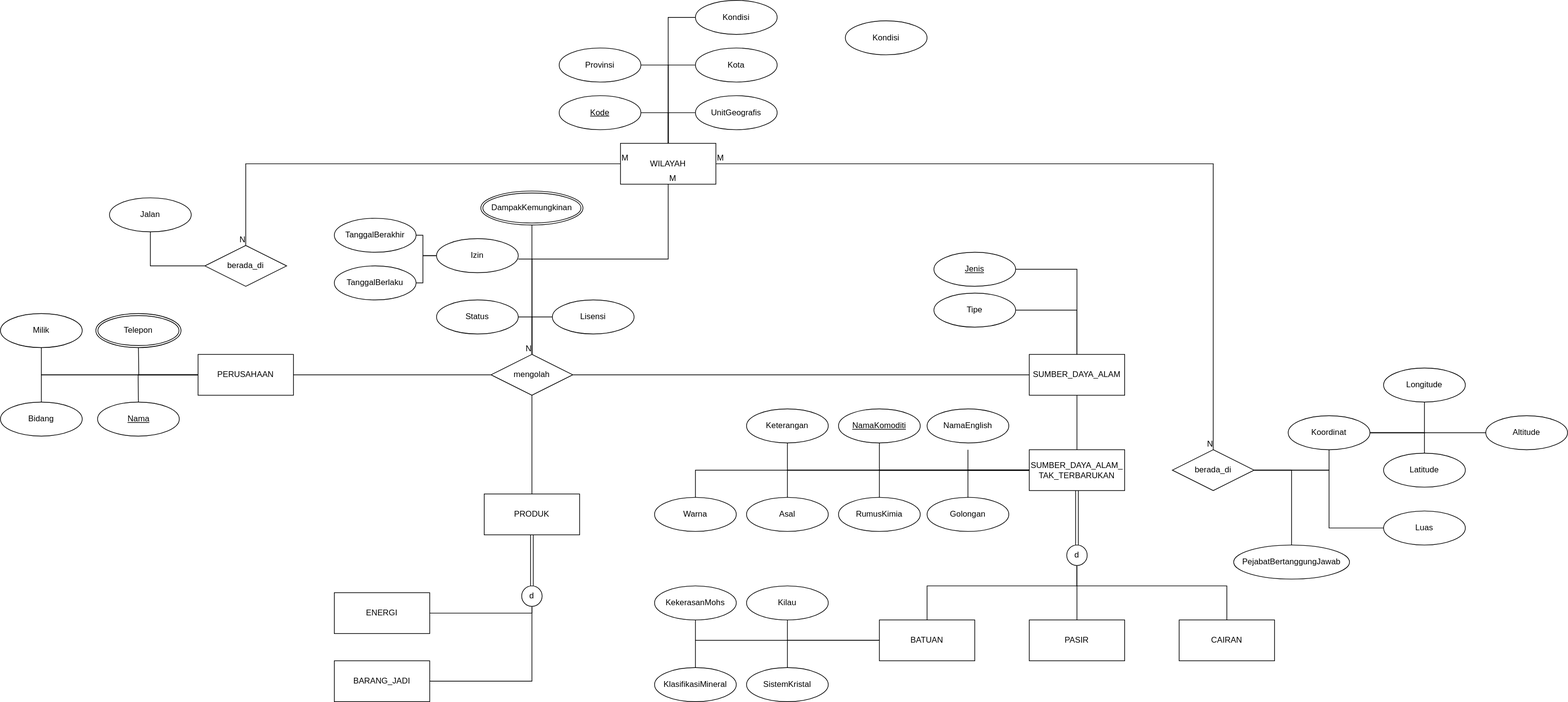
Drithh/ER-Diagram keeps this draw.io diagram as Project.svg. Above is the earlier version. Source tidied: cells renumbered, new cells last; positions are measured from the earlier drawing's top-left corner, leaving out a move shared by most shapes.
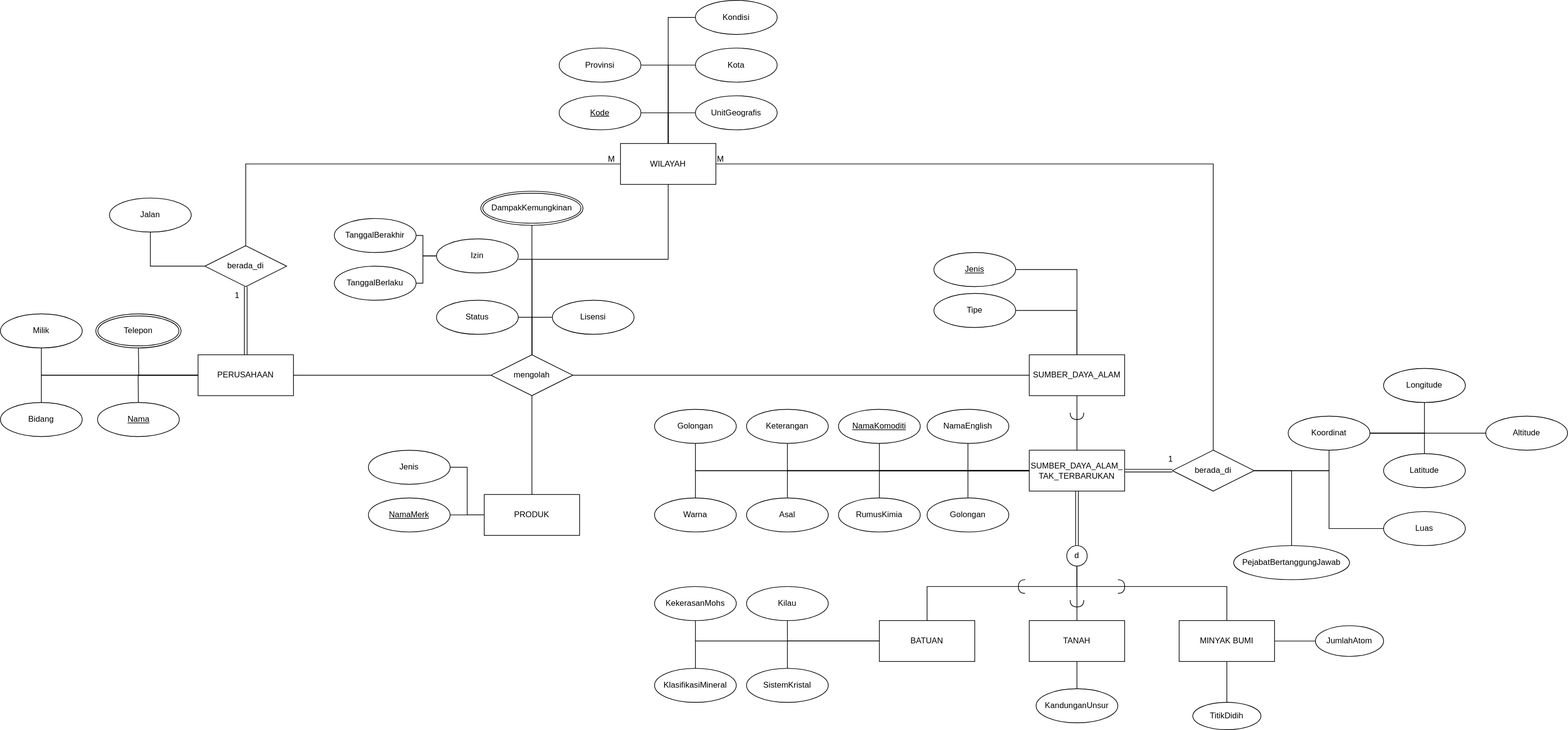
After the commit.

The edit, as a diff of the source:
```diff
@@ -2,42 +2,31 @@
   <root>
     <mxCell id="0" />
     <mxCell id="1" parent="0" />
-    <mxCell id="2" style="edgeStyle=orthogonalEdgeStyle;rounded=0;jettySize=auto;html=1;entryX=0.5;entryY=1;entryDx=0;entryDy=0;shape=link;" parent="1" edge="1" source="106" target="36">
-      <mxGeometry relative="1" as="geometry" />
-    </mxCell>
     <mxCell id="3" value="SUMBER_DAYA_ALAM" style="rounded=0;whiteSpace=wrap;html=1;" parent="1" vertex="1">
       <mxGeometry x="1510" y="520" width="140" height="60" as="geometry" />
     </mxCell>
-    <mxCell id="4" style="endArrow=none;html=1;rounded=0;exitX=1;exitY=0.5;exitDx=0;exitDy=0;entryX=0.5;entryY=1;entryDx=0;entryDy=0;" parent="1" edge="1" source="37" target="106">
-      <mxGeometry relative="1" as="geometry">
-        <Array as="points">
-          <mxPoint x="780" y="900" />
-        </Array>
-      </mxGeometry>
-    </mxCell>
+    <mxCell id="108" style="edgeStyle=orthogonalEdgeStyle;rounded=0;jettySize=auto;html=1;endArrow=none;endFill=0;shape=link;" parent="1" edge="1" source="5" target="21">
+      <mxGeometry relative="1" as="geometry" />
+    </mxCell>
     <mxCell id="5" value="SUMBER_DAYA_ALAM_ TAK_TERBARUKAN" style="rounded=0;html=1;whiteSpace=wrap;verticalAlign=middle;" parent="1" vertex="1">
       <mxGeometry x="1510" y="660" width="140" height="60" as="geometry" />
     </mxCell>
-    <mxCell id="6" style="endArrow=none;html=1;rounded=0;exitX=0.5;exitY=1;exitDx=0;exitDy=0;entryX=1;entryY=0.5;entryDx=0;entryDy=0;" parent="1" edge="1" source="106" target="38">
-      <mxGeometry relative="1" as="geometry">
-        <Array as="points">
-          <mxPoint x="780" y="1000" />
-        </Array>
-      </mxGeometry>
-    </mxCell>
     <mxCell id="7" value="BATUAN" style="rounded=0;whiteSpace=wrap;html=1;" parent="1" vertex="1">
       <mxGeometry x="1290" y="910" width="140" height="60" as="geometry" />
     </mxCell>
     <mxCell id="8" style="endArrow=none;html=1;rounded=0;exitX=0.5;exitY=1;exitDx=0;exitDy=0;entryX=0.5;entryY=0;entryDx=0;entryDy=0;shape=link;" parent="1" edge="1" source="5" target="10">
       <mxGeometry relative="1" as="geometry" />
     </mxCell>
-    <mxCell id="9" value="PASIR&lt;span style=&quot;color: rgba(0 , 0 , 0 , 0) ; font-family: monospace ; font-size: 0px&quot;&gt;%3CmxGraphModel%3E%3Croot%3E%3CmxCell%20id%3D%220%22%2F%3E%3CmxCell%20id%3D%221%22%20parent%3D%220%22%2F%3E%3CmxCell%20id%3D%222%22%20value%3D%22BATUAN%22%20style%3D%22rounded%3D0%3BwhiteSpace%3Dwrap%3Bhtml%3D1%3B%22%20vertex%3D%221%22%20parent%3D%221%22%3E%3CmxGeometry%20x%3D%22600%22%20y%3D%22380%22%20width%3D%22140%22%20height%3D%2260%22%20as%3D%22geometry%22%2F%3E%3C%2FmxCell%3E%3C%2Froot%3E%3C%2FmxGraphModel%3E&lt;/span&gt;" style="rounded=0;whiteSpace=wrap;html=1;" parent="1" vertex="1">
+    <mxCell id="9" value="TANAH" style="rounded=0;whiteSpace=wrap;html=1;" parent="1" vertex="1">
       <mxGeometry x="1510" y="910" width="140" height="60" as="geometry" />
     </mxCell>
     <mxCell id="10" value="d" style="ellipse;whiteSpace=wrap;html=1;rounded=0;sketch=0;verticalAlign=middle;" parent="1" vertex="1">
       <mxGeometry x="1565" y="800" width="30" height="30" as="geometry" />
     </mxCell>
+    <mxCell id="109" style="edgeStyle=orthogonalEdgeStyle;rounded=0;jettySize=auto;html=1;entryX=0.5;entryY=0;entryDx=0;entryDy=0;endArrow=none;endFill=0;" parent="1" edge="1" source="11" target="121">
+      <mxGeometry relative="1" as="geometry" />
+    </mxCell>
-    <mxCell id="11" value="CAIRAN" style="rounded=0;whiteSpace=wrap;html=1;" parent="1" vertex="1">
+    <mxCell id="11" value="MINYAK BUMI" style="rounded=0;whiteSpace=wrap;html=1;" parent="1" vertex="1">
       <mxGeometry x="1730" y="910" width="140" height="60" as="geometry" />
     </mxCell>
     <mxCell id="12" style="endArrow=none;html=1;rounded=0;exitX=0.5;exitY=1;exitDx=0;exitDy=0;entryX=0.5;entryY=0;entryDx=0;entryDy=0;" parent="1" edge="1" source="10" target="7">
@@ -125,12 +114,6 @@
     <mxCell id="36" value="PRODUK" style="rounded=0;whiteSpace=wrap;html=1;" parent="1" vertex="1">
       <mxGeometry x="710" y="725" width="140" height="60" as="geometry" />
     </mxCell>
-    <mxCell id="37" value="ENERGI" style="rounded=0;whiteSpace=wrap;html=1;" parent="1" vertex="1">
-      <mxGeometry x="490" y="870" width="140" height="60" as="geometry" />
-    </mxCell>
-    <mxCell id="38" value="BARANG_JADI" style="rounded=0;whiteSpace=wrap;html=1;" parent="1" vertex="1">
-      <mxGeometry x="490" y="970" width="140" height="60" as="geometry" />
-    </mxCell>
     <mxCell id="39" value="Lisensi" style="ellipse;whiteSpace=wrap;html=1;align=center;rounded=0;sketch=0;" parent="1" vertex="1">
       <mxGeometry x="810" y="440" width="120" height="50" as="geometry" />
     </mxCell>
@@ -167,6 +150,9 @@
     <mxCell id="50" value="Provinsi" style="ellipse;whiteSpace=wrap;html=1;align=center;rounded=0;sketch=0;" parent="1" vertex="1">
       <mxGeometry x="820" y="70" width="120" height="50" as="geometry" />
     </mxCell>
+    <mxCell id="110" style="edgeStyle=orthogonalEdgeStyle;rounded=0;jettySize=auto;html=1;entryX=0.5;entryY=1;entryDx=0;entryDy=0;endArrow=none;endFill=0;shape=link;" parent="1" edge="1" source="51" target="52">
+      <mxGeometry relative="1" as="geometry" />
+    </mxCell>
     <mxCell id="51" value="PERUSAHAAN" style="rounded=0;whiteSpace=wrap;html=1;" parent="1" vertex="1">
       <mxGeometry x="290" y="520" width="140" height="60" as="geometry" />
     </mxCell>
@@ -198,8 +184,10 @@
     <mxCell id="59" value="M" style="html=1;align=left;verticalAlign=bottom;" parent="58" vertex="1">
       <mxGeometry x="-1" relative="1" as="geometry" />
     </mxCell>
-    <mxCell id="60" value="N" style="html=1;align=right;verticalAlign=bottom;" parent="58" vertex="1">
-      <mxGeometry x="1" relative="1" as="geometry" />
+    <mxCell id="60" value="1" style="html=1;align=right;verticalAlign=bottom;" parent="58" vertex="1">
+      <mxGeometry x="1" relative="1" as="geometry">
+        <mxPoint x="-60" y="20" as="offset" />
+      </mxGeometry>
     </mxCell>
     <mxCell id="61" style="endArrow=none;html=1;rounded=0;exitX=0.5;exitY=1;exitDx=0;exitDy=0;entryX=0.5;entryY=0;entryDx=0;entryDy=0;" parent="1" edge="1" source="45" target="35">
       <mxGeometry relative="1" as="geometry">
@@ -209,12 +197,6 @@
         </Array>
       </mxGeometry>
     </mxCell>
-    <mxCell id="62" value="M" style="html=1;align=left;verticalAlign=bottom;" parent="61" vertex="1">
-      <mxGeometry x="-1" relative="1" as="geometry" />
-    </mxCell>
-    <mxCell id="63" value="N" style="html=1;align=right;verticalAlign=bottom;" parent="61" vertex="1">
-      <mxGeometry x="1" relative="1" as="geometry" />
-    </mxCell>
     <mxCell id="64" style="endArrow=none;html=1;rounded=0;exitX=0.5;exitY=1;exitDx=0;exitDy=0;entryX=0.5;entryY=0;entryDx=0;entryDy=0;" parent="1" edge="1" source="44" target="35">
       <mxGeometry relative="1" as="geometry" />
     </mxCell>
@@ -372,9 +354,8 @@
         </Array>
       </mxGeometry>
     </mxCell>
-    <mxCell id="89" style="endArrow=none;html=1;rounded=0;exitX=0;exitY=0.5;exitDx=0;exitDy=0;" parent="1" edge="1" source="5">
+    <mxCell id="89" style="endArrow=none;html=1;rounded=0;exitX=0;exitY=0.5;exitDx=0;exitDy=0;" parent="1" edge="1" source="5" target="17">
       <mxGeometry relative="1" as="geometry">
-        <mxPoint x="1420" y="660" as="targetPoint" />
         <Array as="points">
           <mxPoint x="1420" y="690" />
         </Array>
@@ -470,10 +451,14 @@
       </mxGeometry>
     </mxCell>
     <mxCell id="103" value="M" style="html=1;align=left;verticalAlign=bottom;" parent="102" vertex="1">
-      <mxGeometry x="-1" relative="1" as="geometry" />
+      <mxGeometry x="-1" relative="1" as="geometry">
+        <mxPoint x="-20" as="offset" />
+      </mxGeometry>
     </mxCell>
-    <mxCell id="104" value="N" style="html=1;align=right;verticalAlign=bottom;" parent="102" vertex="1">
-      <mxGeometry x="1" relative="1" as="geometry" />
+    <mxCell id="104" value="1" style="html=1;align=right;verticalAlign=bottom;" parent="102" vertex="1">
+      <mxGeometry x="1" relative="1" as="geometry">
+        <mxPoint x="-10" y="80" as="offset" />
+      </mxGeometry>
     </mxCell>
     <mxCell id="105" style="endArrow=none;html=1;rounded=0;exitX=0;exitY=0.5;exitDx=0;exitDy=0;entryX=0.5;entryY=1;entryDx=0;entryDy=0;" parent="1" edge="1" source="52" target="53">
       <mxGeometry relative="1" as="geometry">
@@ -482,11 +467,54 @@
         </Array>
       </mxGeometry>
     </mxCell>
-    <mxCell id="106" value="d" style="ellipse;whiteSpace=wrap;html=1;rounded=0;sketch=0;verticalAlign=middle;" parent="1" vertex="1">
-      <mxGeometry x="765" y="860" width="30" height="30" as="geometry" />
-    </mxCell>
-    <mxCell id="107" value="Kondisi" style="ellipse;whiteSpace=wrap;html=1;align=center;rounded=0;sketch=0;" parent="1" vertex="1">
-      <mxGeometry x="1240" y="30" width="120" height="50" as="geometry" />
-    </mxCell>
+    <mxCell id="111" style="shape=requiredInterface;html=1;verticalLabelPosition=bottom;rotation=0;" parent="1" vertex="1">
+      <mxGeometry x="1640" y="850" width="10" height="20" as="geometry" />
+    </mxCell>
+    <mxCell id="112" style="shape=requiredInterface;html=1;verticalLabelPosition=bottom;rotation=-180;" parent="1" vertex="1">
+      <mxGeometry x="1494" y="850" width="10" height="20" as="geometry" />
+    </mxCell>
+    <mxCell id="113" style="shape=requiredInterface;html=1;verticalLabelPosition=bottom;rotation=90;" parent="1" vertex="1">
+      <mxGeometry x="1575" y="875" width="10" height="20" as="geometry" />
+    </mxCell>
+    <mxCell id="114" style="shape=requiredInterface;html=1;verticalLabelPosition=bottom;rotation=90;" parent="1" vertex="1">
+      <mxGeometry x="1575" y="600" width="10" height="20" as="geometry" />
+    </mxCell>
+    <mxCell id="115" style="edgeStyle=orthogonalEdgeStyle;rounded=0;jettySize=auto;html=1;entryX=0;entryY=0.5;entryDx=0;entryDy=0;endArrow=none;endFill=0;" parent="1" edge="1" source="116" target="36">
+      <mxGeometry relative="1" as="geometry" />
+    </mxCell>
+    <mxCell id="116" value="NamaMerk" style="ellipse;whiteSpace=wrap;html=1;align=center;rounded=0;sketch=0;fontStyle=4;" parent="1" vertex="1">
+      <mxGeometry x="540" y="730" width="120" height="50" as="geometry" />
+    </mxCell>
+    <mxCell id="117" style="edgeStyle=orthogonalEdgeStyle;rounded=0;jettySize=auto;html=1;entryX=0.5;entryY=1;entryDx=0;entryDy=0;endArrow=none;endFill=0;" parent="1" edge="1" source="118" target="9">
+      <mxGeometry relative="1" as="geometry" />
+    </mxCell>
+    <mxCell id="118" value="KandunganUnsur" style="ellipse;whiteSpace=wrap;html=1;align=center;rounded=0;sketch=0;" parent="1" vertex="1">
+      <mxGeometry x="1520" y="1010" width="120" height="50" as="geometry" />
+    </mxCell>
+    <mxCell id="119" style="edgeStyle=orthogonalEdgeStyle;rounded=0;jettySize=auto;html=1;entryX=1;entryY=0.5;entryDx=0;entryDy=0;endArrow=none;endFill=0;" parent="1" edge="1" source="120" target="11">
+      <mxGeometry relative="1" as="geometry" />
+    </mxCell>
+    <mxCell id="120" value="JumlahAtom" style="ellipse;whiteSpace=wrap;html=1;align=center;rounded=0;sketch=0;" parent="1" vertex="1">
+      <mxGeometry x="1930" y="917.5" width="100" height="45" as="geometry" />
+    </mxCell>
+    <mxCell id="121" value="TitikDidih" style="ellipse;whiteSpace=wrap;html=1;align=center;rounded=0;sketch=0;" parent="1" vertex="1">
+      <mxGeometry x="1750" y="1030" width="100" height="40" as="geometry" />
+    </mxCell>
+    <mxCell id="122" style="edgeStyle=orthogonalEdgeStyle;rounded=0;jettySize=auto;html=1;entryX=0;entryY=0.5;entryDx=0;entryDy=0;endArrow=none;endFill=0;" parent="1" edge="1" source="123" target="36">
+      <mxGeometry relative="1" as="geometry" />
+    </mxCell>
+    <mxCell id="123" value="Jenis" style="ellipse;whiteSpace=wrap;html=1;align=center;rounded=0;sketch=0;" parent="1" vertex="1">
+      <mxGeometry x="540" y="660" width="120" height="50" as="geometry" />
+    </mxCell>
+    <mxCell id="124" style="edgeStyle=orthogonalEdgeStyle;rounded=0;jettySize=auto;html=1;entryX=0;entryY=0.5;entryDx=0;entryDy=0;endArrow=none;endFill=0;" parent="1" edge="1" source="125" target="5">
+      <mxGeometry relative="1" as="geometry">
+        <Array as="points">
+          <mxPoint x="1020" y="690" />
+        </Array>
+      </mxGeometry>
+    </mxCell>
+    <mxCell id="125" value="Golongan" style="ellipse;whiteSpace=wrap;html=1;align=center;rounded=0;sketch=0;" parent="1" vertex="1">
+      <mxGeometry x="960" y="600" width="120" height="50" as="geometry" />
+    </mxCell>
   </root>
 </mxGraphModel>
```
